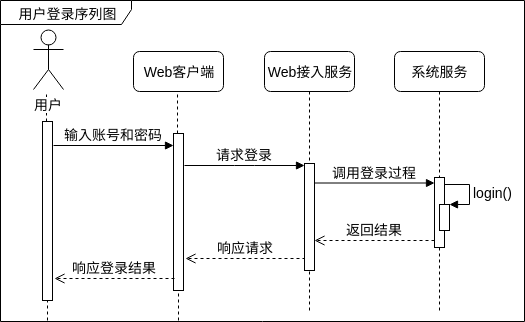
Earlier version of the draw.io export IOTManage/sequence-login.png (waterwatermelon/graph). Source tidied: cells renumbered, new cells last; positions are measured from the earlier drawing's top-left corner, leaving out a move shared by most shapes.
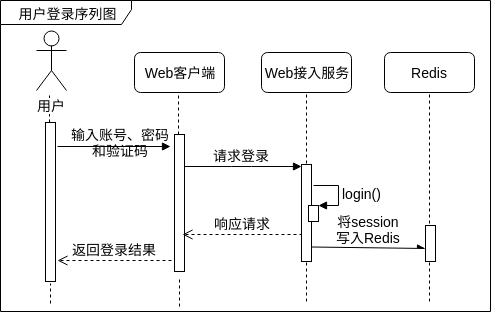
After the commit.

What changed in the source:
```diff
@@ -2,27 +2,39 @@
   <root>
     <mxCell id="0" />
     <mxCell id="1" parent="0" />
+    <mxCell id="22" style="endArrow=none;dashed=1;html=1;fontSize=14;fontColor=#000000;" parent="1" edge="1">
+      <mxGeometry relative="1" as="geometry">
+        <mxPoint x="53" y="302" as="sourcePoint" />
+        <mxPoint x="53" y="282" as="targetPoint" />
+      </mxGeometry>
+    </mxCell>
+    <mxCell id="21" style="endArrow=none;dashed=1;html=1;fontSize=14;fontColor=#000000;" parent="1" edge="1">
+      <mxGeometry relative="1" as="geometry">
+        <mxPoint x="182" y="305" as="sourcePoint" />
+        <mxPoint x="182" y="278" as="targetPoint" />
+      </mxGeometry>
+    </mxCell>
     <mxCell id="2" value="&lt;font style=&quot;font-size: 14px&quot;&gt;用户登录序列图&lt;/font&gt;" style="shape=umlFrame;whiteSpace=wrap;html=1;width=131;height=24;" parent="1" vertex="1">
-      <mxGeometry width="524" height="321" as="geometry" />
+      <mxGeometry x="3" y="-1" width="490" height="311" as="geometry" />
     </mxCell>
     <mxCell id="3" style="endArrow=none;dashed=1;html=1;fontSize=14;fontColor=#000000;" parent="1" edge="1">
       <mxGeometry relative="1" as="geometry">
-        <mxPoint x="439" y="310" as="sourcePoint" />
-        <mxPoint x="439" y="91" as="targetPoint" />
+        <mxPoint x="432" y="300" as="sourcePoint" />
+        <mxPoint x="432" y="91" as="targetPoint" />
       </mxGeometry>
     </mxCell>
     <mxCell id="4" style="endArrow=none;dashed=1;html=1;fontSize=14;fontColor=#000000;" parent="1" edge="1">
       <mxGeometry relative="1" as="geometry">
-        <mxPoint x="309" y="310" as="sourcePoint" />
+        <mxPoint x="309" y="300" as="sourcePoint" />
         <mxPoint x="309" y="91" as="targetPoint" />
       </mxGeometry>
     </mxCell>
     <mxCell id="5" value="Web客户端" style="rounded=1;whiteSpace=wrap;html=1;fontSize=14;fontColor=#000000;" parent="1" vertex="1">
-      <mxGeometry x="133" y="51" width="90" height="40" as="geometry" />
+      <mxGeometry x="137" y="51" width="90" height="40" as="geometry" />
     </mxCell>
     <mxCell id="6" style="endArrow=none;dashed=1;html=1;fontSize=14;fontColor=#000000;" parent="1" edge="1" source="9">
       <mxGeometry relative="1" as="geometry">
-        <mxPoint x="177" y="91" as="targetPoint" />
+        <mxPoint x="181" y="91" as="targetPoint" />
       </mxGeometry>
     </mxCell>
     <mxCell id="7" value="Web接入服务" style="rounded=1;whiteSpace=wrap;html=1;fontSize=14;fontColor=#000000;" parent="1" vertex="1">
@@ -35,80 +47,61 @@
       </mxGeometry>
     </mxCell>
     <mxCell id="9" style="html=1;points=[];perimeter=orthogonalPerimeter;rounded=0;shadow=0;comic=0;labelBackgroundColor=none;strokeColor=#000000;strokeWidth=1;fillColor=#FFFFFF;fontFamily=Verdana;fontSize=14;fontColor=#000000;align=center;" parent="1" vertex="1">
-      <mxGeometry x="173" y="133" width="10" height="157" as="geometry" />
+      <mxGeometry x="177" y="133" width="10" height="137" as="geometry" />
     </mxCell>
-    <mxCell id="10" value="系统服务" style="rounded=1;whiteSpace=wrap;html=1;fontSize=14;fontColor=#000000;" parent="1" vertex="1">
-      <mxGeometry x="394" y="51" width="90" height="40" as="geometry" />
+    <mxCell id="10" value="Redis" style="rounded=1;whiteSpace=wrap;html=1;fontSize=14;fontColor=#000000;" parent="1" vertex="1">
+      <mxGeometry x="387" y="51" width="90" height="40" as="geometry" />
     </mxCell>
-    <mxCell id="11" value="调用登录过程" style="html=1;verticalAlign=bottom;endArrow=block;entryX=0;entryY=0;labelBackgroundColor=none;fontFamily=Verdana;fontSize=14;elbow=vertical;fontColor=#000000;" parent="1" edge="1">
-      <mxGeometry relative="1" as="geometry">
-        <mxPoint x="314" y="182.5" as="sourcePoint" />
-        <mxPoint x="434" y="182.5" as="targetPoint" />
-      </mxGeometry>
-    </mxCell>
-    <mxCell id="12" value="返回结果" style="html=1;verticalAlign=bottom;endArrow=open;dashed=1;endSize=8;labelBackgroundColor=none;fontFamily=Verdana;fontSize=14;fontColor=#000000;" parent="1" edge="1">
-      <mxGeometry relative="1" as="geometry">
-        <mxPoint x="434" y="240" as="sourcePoint" />
-        <mxPoint x="314" y="240" as="targetPoint" />
-      </mxGeometry>
-    </mxCell>
     <mxCell id="13" value="响应请求" style="html=1;verticalAlign=bottom;endArrow=open;dashed=1;endSize=8;labelBackgroundColor=none;fontFamily=Verdana;fontSize=14;fontColor=#000000;" parent="1" edge="1">
       <mxGeometry relative="1" as="geometry">
-        <mxPoint x="305" y="258" as="sourcePoint" />
-        <mxPoint x="185" y="258" as="targetPoint" />
+        <mxPoint x="305" y="233" as="sourcePoint" />
+        <mxPoint x="185" y="233" as="targetPoint" />
       </mxGeometry>
     </mxCell>
     <mxCell id="14" style="endArrow=none;dashed=1;html=1;fontSize=14;fontColor=#000000;" parent="1" edge="1" source="15">
       <mxGeometry relative="1" as="geometry">
-        <mxPoint x="46" y="91" as="targetPoint" />
+        <mxPoint x="52" y="91" as="targetPoint" />
       </mxGeometry>
     </mxCell>
     <mxCell id="15" style="html=1;points=[];perimeter=orthogonalPerimeter;rounded=0;shadow=0;comic=0;labelBackgroundColor=none;strokeColor=#000000;strokeWidth=1;fillColor=#FFFFFF;fontFamily=Verdana;fontSize=14;fontColor=#000000;align=center;" parent="1" vertex="1">
-      <mxGeometry x="42" y="121" width="10" height="179" as="geometry" />
+      <mxGeometry x="48" y="121" width="10" height="159" as="geometry" />
     </mxCell>
-    <mxCell id="16" value="输入账号和密码" style="html=1;verticalAlign=bottom;endArrow=block;entryX=0;entryY=0;labelBackgroundColor=none;fontFamily=Verdana;fontSize=14;elbow=vertical;fontColor=#000000;" parent="1" edge="1">
-      <mxGeometry relative="1" as="geometry">
-        <mxPoint x="53" y="145" as="sourcePoint" />
+    <mxCell id="16" value="输入账号、密码&lt;br&gt;和验证码" style="html=1;verticalAlign=bottom;endArrow=block;entryX=0;entryY=0;labelBackgroundColor=none;fontFamily=Verdana;fontSize=14;elbow=vertical;fontColor=#000000;" parent="1" edge="1">
+      <mxGeometry x="0.12" y="-15" relative="1" as="geometry">
+        <mxPoint x="60" y="145" as="sourcePoint" />
         <mxPoint x="173" y="145" as="targetPoint" />
       </mxGeometry>
     </mxCell>
     <mxCell id="17" value="&lt;font style=&quot;font-size: 14px&quot;&gt;用户&lt;/font&gt;" style="shape=umlActor;verticalLabelPosition=bottom;labelBackgroundColor=#ffffff;verticalAlign=top;html=1;fontSize=14;fontColor=#000000;" parent="1" vertex="1">
-      <mxGeometry x="33" y="29" width="30" height="60" as="geometry" />
+      <mxGeometry x="39" y="29" width="30" height="60" as="geometry" />
     </mxCell>
-    <mxCell id="18" value="响应登录结果" style="html=1;verticalAlign=bottom;endArrow=open;dashed=1;endSize=8;labelBackgroundColor=none;fontFamily=Verdana;fontSize=14;fontColor=#000000;" parent="1" edge="1">
+    <mxCell id="18" value="返回登录结果" style="html=1;verticalAlign=bottom;endArrow=open;dashed=1;endSize=8;labelBackgroundColor=none;fontFamily=Verdana;fontSize=14;fontColor=#000000;" parent="1" edge="1">
       <mxGeometry relative="1" as="geometry">
-        <mxPoint x="174" y="278" as="sourcePoint" />
-        <mxPoint x="54" y="278" as="targetPoint" />
+        <mxPoint x="174" y="259" as="sourcePoint" />
+        <mxPoint x="60" y="259" as="targetPoint" />
       </mxGeometry>
     </mxCell>
     <mxCell id="19" style="html=1;perimeter=orthogonalPerimeter;rounded=0;shadow=0;comic=0;labelBackgroundColor=none;strokeColor=#000000;strokeWidth=1;fillColor=#FFFFFF;fontFamily=Verdana;fontSize=14;fontColor=#000000;align=center;" parent="1" vertex="1">
-      <mxGeometry x="304" y="163" width="10" height="107" as="geometry" />
+      <mxGeometry x="304" y="163" width="10" height="97" as="geometry" />
     </mxCell>
     <mxCell id="20" style="html=1;points=[];perimeter=orthogonalPerimeter;rounded=0;shadow=0;comic=0;labelBackgroundColor=none;strokeColor=#000000;strokeWidth=1;fillColor=#FFFFFF;fontFamily=Verdana;fontSize=14;fontColor=#000000;align=center;" parent="1" vertex="1">
-      <mxGeometry x="434" y="177" width="10" height="70" as="geometry" />
+      <mxGeometry x="428" y="224" width="10" height="36" as="geometry" />
     </mxCell>
-    <mxCell id="21" style="endArrow=none;dashed=1;html=1;fontSize=14;fontColor=#000000;" parent="1" edge="1">
-      <mxGeometry relative="1" as="geometry">
-        <mxPoint x="178" y="320" as="sourcePoint" />
-        <mxPoint x="178" y="293" as="targetPoint" />
-      </mxGeometry>
-    </mxCell>
-    <mxCell id="22" style="endArrow=none;dashed=1;html=1;fontSize=14;fontColor=#000000;" parent="1" edge="1">
-      <mxGeometry relative="1" as="geometry">
-        <mxPoint x="47" y="320" as="sourcePoint" />
-        <mxPoint x="47" y="300" as="targetPoint" />
-      </mxGeometry>
-    </mxCell>
-    <mxCell id="23" style="html=1;points=[];perimeter=orthogonalPerimeter;fontSize=14;" parent="1" vertex="1">
-      <mxGeometry x="439" y="204" width="10" height="26" as="geometry" />
-    </mxCell>
+    <mxCell id="25" style="html=1;points=[];perimeter=orthogonalPerimeter;fontSize=14;" parent="1" vertex="1">
+      <mxGeometry x="311" y="204" width="10" height="16" as="geometry" />
+    </mxCell>
-    <mxCell id="24" value="login()" style="edgeStyle=orthogonalEdgeStyle;html=1;align=left;spacingLeft=2;endArrow=block;rounded=0;entryX=1;entryY=0;fontSize=14;" parent="1" edge="1" target="23">
+    <mxCell id="24" value="login()" style="edgeStyle=orthogonalEdgeStyle;html=1;align=left;spacingLeft=2;endArrow=block;rounded=0;entryX=1;entryY=0;fontSize=14;" parent="1" edge="1" target="25">
       <mxGeometry relative="1" as="geometry">
-        <mxPoint x="444" y="184" as="sourcePoint" />
+        <mxPoint x="316" y="184" as="sourcePoint" />
         <Array as="points">
-          <mxPoint x="469" y="184" />
+          <mxPoint x="341" y="184" />
         </Array>
       </mxGeometry>
     </mxCell>
+    <mxCell id="26" value="&lt;font style=&quot;font-size: 14px&quot;&gt;将session&lt;br&gt;写入Redis&lt;/font&gt;" style="html=1;verticalAlign=bottom;endArrow=async;entryX=0;entryY=0.639;entryDx=0;entryDy=0;entryPerimeter=0;endFill=1;" parent="1" edge="1" target="20">
+      <mxGeometry relative="1" as="geometry">
+        <mxPoint x="314" y="245.5" as="sourcePoint" />
+      </mxGeometry>
+    </mxCell>
   </root>
 </mxGraphModel>
```
